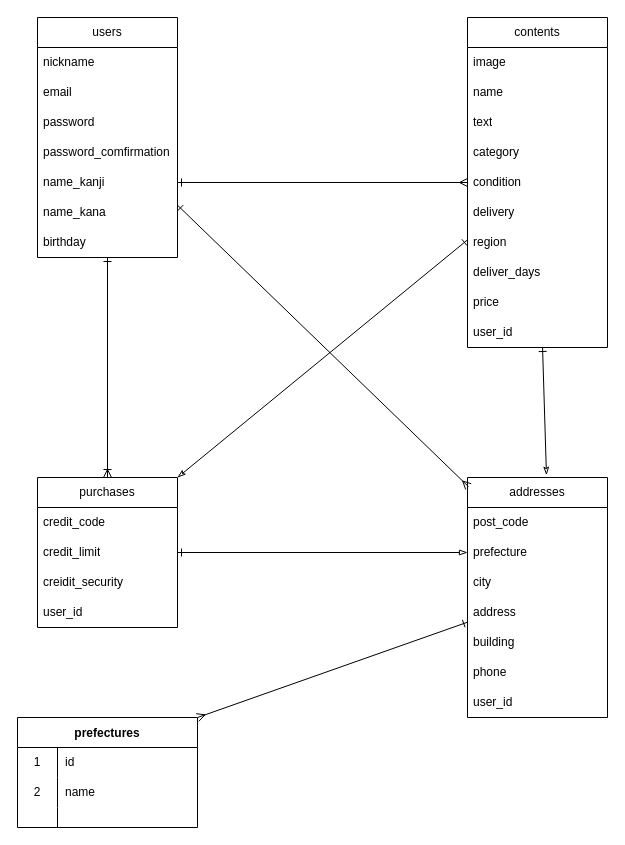
Before: furima.dio in RyumaKatoh/furima-39713, a draw.io diagram. Source tidied: cells renumbered, new cells numbered last; positions are measured from the earlier drawing's top-left corner, leaving out a move shared by most shapes. Both pictures are drawn from the tidied source at 100%, with x=0, y=0 at pixel (17, 17).
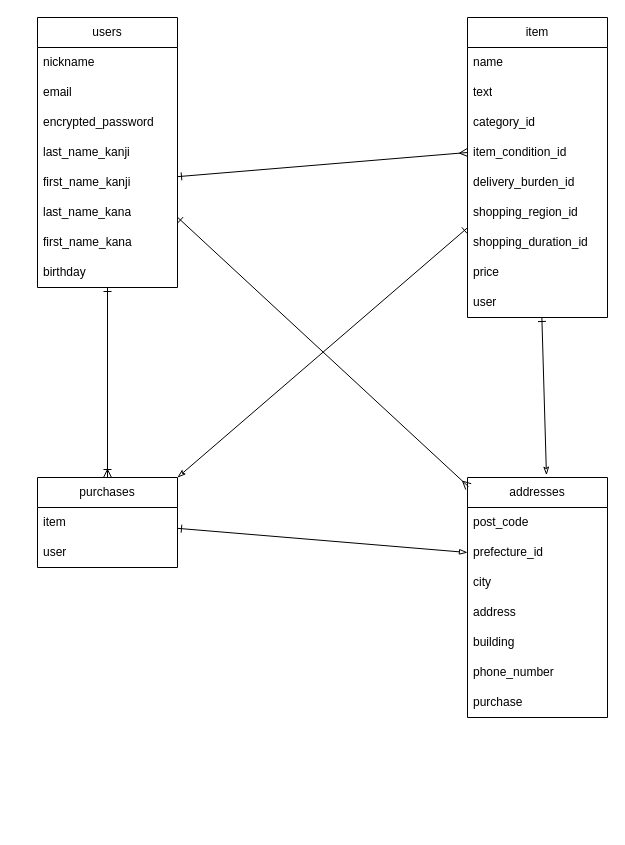
The same diagram, later.

Commit message (it also covers changes not shown here):
データベース設計の修正

The change refers to these unchanged cells:
```xml
<mxCell id="9" value="addresses" style="swimlane;fontStyle=0;horizontal=1;startSize=30;whiteSpace=wrap;html=1;" parent="1" vertex="1">
  <mxGeometry x="450" y="460" width="140" height="240" as="geometry" />
</mxCell>
```

Change to the diagram source:
```diff
@@
     <mxCell id="3" value="purchases" style="swimlane;fontStyle=0;horizontal=1;startSize=30;whiteSpace=wrap;html=1;" parent="1" vertex="1">
-      <mxGeometry x="20" y="460" width="140" height="150" as="geometry" />
+      <mxGeometry x="20" y="460" width="140" height="90" as="geometry" />
     </mxCell>
-    <mxCell id="4" value="credit_code" style="text;strokeColor=none;fillColor=none;align=left;verticalAlign=middle;spacingLeft=4;spacingRight=4;overflow=hidden;whiteSpace=wrap;html=1;" parent="3" vertex="1">
-      <mxGeometry y="30" width="140" height="30" as="geometry" />
-    </mxCell>
-    <mxCell id="5" value="credit_limit" style="text;strokeColor=none;fillColor=none;align=left;verticalAlign=middle;spacingLeft=4;spacingRight=4;overflow=hidden;whiteSpace=wrap;html=1;" parent="3" vertex="1">
-      <mxGeometry y="60" width="140" height="30" as="geometry" />
+    <mxCell id="5" value="item" style="text;strokeColor=none;fillColor=none;align=left;verticalAlign=middle;spacingLeft=4;spacingRight=4;overflow=hidden;whiteSpace=wrap;html=1;" parent="3" vertex="1">
+      <mxGeometry y="30" width="140" height="30" as="geometry" />
     </mxCell>
-    <mxCell id="6" value="creidit_security" style="text;strokeColor=none;fillColor=none;align=left;verticalAlign=middle;spacingLeft=4;spacingRight=4;overflow=hidden;whiteSpace=wrap;html=1;" parent="3" vertex="1">
-      <mxGeometry y="90" width="140" height="30" as="geometry" />
-    </mxCell>
-    <mxCell id="7" value="user_id" style="text;strokeColor=none;fillColor=none;align=left;verticalAlign=middle;spacingLeft=4;spacingRight=4;overflow=hidden;whiteSpace=wrap;html=1;" parent="3" vertex="1">
-      <mxGeometry y="120" width="140" height="30" as="geometry" />
+    <mxCell id="7" value="user" style="text;strokeColor=none;fillColor=none;align=left;verticalAlign=middle;spacingLeft=4;spacingRight=4;overflow=hidden;whiteSpace=wrap;html=1;" parent="3" vertex="1">
+      <mxGeometry y="60" width="140" height="30" as="geometry" />
     </mxCell>
-    <mxCell id="8" style="edgeStyle=none;html=1;entryX=1;entryY=0;entryDx=0;entryDy=0;startArrow=ERone;startFill=0;endArrow=ERmany;endFill=0;" parent="1" edge="1" source="9" target="41">
-      <mxGeometry relative="1" as="geometry" />
-    </mxCell>
@@
-    <mxCell id="11" value="prefecture" style="text;strokeColor=none;fillColor=none;align=left;verticalAlign=middle;spacingLeft=4;spacingRight=4;overflow=hidden;points=[[0,0.5],[1,0.5]];portConstraint=eastwest;whiteSpace=wrap;html=1;" parent="9" vertex="1">
+    <mxCell id="11" value="prefecture_id" style="text;strokeColor=none;fillColor=none;align=left;verticalAlign=middle;spacingLeft=4;spacingRight=4;overflow=hidden;points=[[0,0.5],[1,0.5]];portConstraint=eastwest;whiteSpace=wrap;html=1;" parent="9" vertex="1">
       <mxGeometry y="60" width="140" height="30" as="geometry" />
     </mxCell>
@@
-    <mxCell id="15" value="phone" style="text;strokeColor=none;fillColor=none;align=left;verticalAlign=middle;spacingLeft=4;spacingRight=4;overflow=hidden;whiteSpace=wrap;html=1;" parent="9" vertex="1">
+    <mxCell id="15" value="phone_number" style="text;strokeColor=none;fillColor=none;align=left;verticalAlign=middle;spacingLeft=4;spacingRight=4;overflow=hidden;whiteSpace=wrap;html=1;" parent="9" vertex="1">
       <mxGeometry y="180" width="140" height="30" as="geometry" />
     </mxCell>
-    <mxCell id="16" value="user_id" style="text;strokeColor=none;fillColor=none;align=left;verticalAlign=middle;spacingLeft=4;spacingRight=4;overflow=hidden;whiteSpace=wrap;html=1;" parent="9" vertex="1">
+    <mxCell id="16" value="purchase" style="text;strokeColor=none;fillColor=none;align=left;verticalAlign=middle;spacingLeft=4;spacingRight=4;overflow=hidden;whiteSpace=wrap;html=1;" parent="9" vertex="1">
       <mxGeometry y="210" width="140" height="30" as="geometry" />
     </mxCell>
@@
     <mxCell id="19" value="users" style="swimlane;fontStyle=0;horizontal=1;startSize=30;whiteSpace=wrap;html=1;" parent="1" vertex="1">
-      <mxGeometry x="20" width="140" height="240" as="geometry" />
+      <mxGeometry x="20" width="140" height="270" as="geometry" />
     </mxCell>
@@
-    <mxCell id="22" value="password" style="text;strokeColor=none;fillColor=none;align=left;verticalAlign=middle;spacingLeft=4;spacingRight=4;overflow=hidden;whiteSpace=wrap;html=1;" parent="19" vertex="1">
+    <mxCell id="22" value="encrypted_password" style="text;strokeColor=none;fillColor=none;align=left;verticalAlign=middle;spacingLeft=4;spacingRight=4;overflow=hidden;whiteSpace=wrap;html=1;" parent="19" vertex="1">
       <mxGeometry y="90" width="140" height="30" as="geometry" />
     </mxCell>
-    <mxCell id="23" value="password_comfirmation" style="text;strokeColor=none;fillColor=none;align=left;verticalAlign=middle;spacingLeft=4;spacingRight=4;overflow=hidden;whiteSpace=wrap;html=1;" parent="19" vertex="1">
-      <mxGeometry y="120" width="140" height="30" as="geometry" />
-    </mxCell>
+    <mxCell id="51" value="last_name_kanji" style="text;strokeColor=none;fillColor=none;align=left;verticalAlign=middle;spacingLeft=4;spacingRight=4;overflow=hidden;whiteSpace=wrap;html=1;" parent="19" vertex="1">
+      <mxGeometry y="120" width="140" height="30" as="geometry" />
+    </mxCell>
-    <mxCell id="24" value="name_kanji" style="text;strokeColor=none;fillColor=none;align=left;verticalAlign=middle;spacingLeft=4;spacingRight=4;overflow=hidden;points=[[0,0.5],[1,0.5]];portConstraint=eastwest;whiteSpace=wrap;html=1;" parent="19" vertex="1">
+    <mxCell id="24" value="first_name_kanji" style="text;strokeColor=none;fillColor=none;align=left;verticalAlign=middle;spacingLeft=4;spacingRight=4;overflow=hidden;points=[[0,0.5],[1,0.5]];portConstraint=eastwest;whiteSpace=wrap;html=1;" parent="19" vertex="1">
       <mxGeometry y="150" width="140" height="30" as="geometry" />
     </mxCell>
+    <mxCell id="52" value="last_name_kana" style="text;strokeColor=none;fillColor=none;align=left;verticalAlign=middle;spacingLeft=4;spacingRight=4;overflow=hidden;whiteSpace=wrap;html=1;" parent="19" vertex="1">
+      <mxGeometry y="180" width="140" height="30" as="geometry" />
+    </mxCell>
-    <mxCell id="25" value="name_kana" style="text;strokeColor=none;fillColor=none;align=left;verticalAlign=middle;spacingLeft=4;spacingRight=4;overflow=hidden;whiteSpace=wrap;html=1;" parent="19" vertex="1">
-      <mxGeometry y="180" width="140" height="30" as="geometry" />
+    <mxCell id="25" value="first_name_kana" style="text;strokeColor=none;fillColor=none;align=left;verticalAlign=middle;spacingLeft=4;spacingRight=4;overflow=hidden;whiteSpace=wrap;html=1;" parent="19" vertex="1">
+      <mxGeometry y="210" width="140" height="30" as="geometry" />
     </mxCell>
     <mxCell id="26" value="birthday" style="text;strokeColor=none;fillColor=none;align=left;verticalAlign=middle;spacingLeft=4;spacingRight=4;overflow=hidden;whiteSpace=wrap;html=1;" parent="19" vertex="1">
-      <mxGeometry y="210" width="140" height="30" as="geometry" />
+      <mxGeometry y="240" width="140" height="30" as="geometry" />
     </mxCell>
@@
-    <mxCell id="29" value="contents" style="swimlane;fontStyle=0;horizontal=1;startSize=30;whiteSpace=wrap;html=1;" parent="1" vertex="1">
-      <mxGeometry x="450" width="140" height="330" as="geometry" />
+    <mxCell id="29" value="item" style="swimlane;fontStyle=0;horizontal=1;startSize=30;whiteSpace=wrap;html=1;" parent="1" vertex="1">
+      <mxGeometry x="450" width="140" height="300" as="geometry" />
     </mxCell>
-    <mxCell id="30" value="image" style="text;strokeColor=none;fillColor=none;align=left;verticalAlign=middle;spacingLeft=4;spacingRight=4;overflow=hidden;whiteSpace=wrap;html=1;" parent="29" vertex="1">
-      <mxGeometry y="30" width="140" height="30" as="geometry" />
-    </mxCell>
     <mxCell id="31" value="name" style="text;strokeColor=none;fillColor=none;align=left;verticalAlign=middle;spacingLeft=4;spacingRight=4;overflow=hidden;whiteSpace=wrap;html=1;" parent="29" vertex="1">
-      <mxGeometry y="60" width="140" height="30" as="geometry" />
+      <mxGeometry y="30" width="140" height="30" as="geometry" />
     </mxCell>
     <mxCell id="32" value="text" style="text;strokeColor=none;fillColor=none;align=left;verticalAlign=middle;spacingLeft=4;spacingRight=4;overflow=hidden;whiteSpace=wrap;html=1;" parent="29" vertex="1">
-      <mxGeometry y="90" width="140" height="30" as="geometry" />
+      <mxGeometry y="60" width="140" height="30" as="geometry" />
     </mxCell>
-    <mxCell id="33" value="category" style="text;strokeColor=none;fillColor=none;align=left;verticalAlign=middle;spacingLeft=4;spacingRight=4;overflow=hidden;whiteSpace=wrap;html=1;" parent="29" vertex="1">
-      <mxGeometry y="120" width="140" height="30" as="geometry" />
+    <mxCell id="33" value="category_id" style="text;strokeColor=none;fillColor=none;align=left;verticalAlign=middle;spacingLeft=4;spacingRight=4;overflow=hidden;whiteSpace=wrap;html=1;" parent="29" vertex="1">
+      <mxGeometry y="90" width="140" height="30" as="geometry" />
     </mxCell>
-    <mxCell id="34" value="condition" style="text;strokeColor=none;fillColor=none;align=left;verticalAlign=middle;spacingLeft=4;spacingRight=4;overflow=hidden;points=[[0,0.5],[1,0.5]];portConstraint=eastwest;whiteSpace=wrap;html=1;" parent="29" vertex="1">
-      <mxGeometry y="150" width="140" height="30" as="geometry" />
+    <mxCell id="34" value="item_condition_id" style="text;strokeColor=none;fillColor=none;align=left;verticalAlign=middle;spacingLeft=4;spacingRight=4;overflow=hidden;points=[[0,0.5],[1,0.5]];portConstraint=eastwest;whiteSpace=wrap;html=1;" parent="29" vertex="1">
+      <mxGeometry y="120" width="140" height="30" as="geometry" />
     </mxCell>
-    <mxCell id="35" value="delivery" style="text;strokeColor=none;fillColor=none;align=left;verticalAlign=middle;spacingLeft=4;spacingRight=4;overflow=hidden;whiteSpace=wrap;html=1;" parent="29" vertex="1">
-      <mxGeometry y="180" width="140" height="30" as="geometry" />
+    <mxCell id="35" value="delivery_burden_id" style="text;strokeColor=none;fillColor=none;align=left;verticalAlign=middle;spacingLeft=4;spacingRight=4;overflow=hidden;whiteSpace=wrap;html=1;" parent="29" vertex="1">
+      <mxGeometry y="150" width="140" height="30" as="geometry" />
     </mxCell>
-    <mxCell id="36" value="region" style="text;strokeColor=none;fillColor=none;align=left;verticalAlign=middle;spacingLeft=4;spacingRight=4;overflow=hidden;whiteSpace=wrap;html=1;" parent="29" vertex="1">
-      <mxGeometry y="210" width="140" height="30" as="geometry" />
+    <mxCell id="36" value="shopping_region_id" style="text;strokeColor=none;fillColor=none;align=left;verticalAlign=middle;spacingLeft=4;spacingRight=4;overflow=hidden;whiteSpace=wrap;html=1;" parent="29" vertex="1">
+      <mxGeometry y="180" width="140" height="30" as="geometry" />
     </mxCell>
-    <mxCell id="37" value="deliver_days" style="text;strokeColor=none;fillColor=none;align=left;verticalAlign=middle;spacingLeft=4;spacingRight=4;overflow=hidden;whiteSpace=wrap;html=1;" parent="29" vertex="1">
-      <mxGeometry y="240" width="140" height="30" as="geometry" />
+    <mxCell id="37" value="shopping_duration_id" style="text;strokeColor=none;fillColor=none;align=left;verticalAlign=middle;spacingLeft=4;spacingRight=4;overflow=hidden;whiteSpace=wrap;html=1;" parent="29" vertex="1">
+      <mxGeometry y="210" width="140" height="30" as="geometry" />
     </mxCell>
     <mxCell id="38" value="price" style="text;strokeColor=none;fillColor=none;align=left;verticalAlign=middle;spacingLeft=4;spacingRight=4;overflow=hidden;whiteSpace=wrap;html=1;" parent="29" vertex="1">
-      <mxGeometry y="270" width="140" height="30" as="geometry" />
+      <mxGeometry y="240" width="140" height="30" as="geometry" />
     </mxCell>
-    <mxCell id="39" value="user_id" style="text;strokeColor=none;fillColor=none;align=left;verticalAlign=middle;spacingLeft=4;spacingRight=4;overflow=hidden;whiteSpace=wrap;html=1;" parent="29" vertex="1">
-      <mxGeometry y="300" width="140" height="30" as="geometry" />
+    <mxCell id="39" value="user" style="text;strokeColor=none;fillColor=none;align=left;verticalAlign=middle;spacingLeft=4;spacingRight=4;overflow=hidden;whiteSpace=wrap;html=1;" parent="29" vertex="1">
+      <mxGeometry y="270" width="140" height="30" as="geometry" />
     </mxCell>
@@
-    <mxCell id="41" value="prefectures" style="shape=table;startSize=30;childLayout=tableLayout;rowLines=0;fontStyle=1;" parent="1" vertex="1">
-      <mxGeometry y="700" width="180" height="110" as="geometry" />
-    </mxCell>
-    <mxCell id="42" style="shape=tableRow;horizontal=0;startSize=0;swimlaneHead=0;swimlaneBody=0;top=0;left=0;bottom=0;right=0;fillColor=none;" parent="41" vertex="1">
-      <mxGeometry y="30" width="180" height="30" as="geometry" />
-    </mxCell>
-    <mxCell id="43" value="1" style="shape=partialRectangle;html=1;whiteSpace=wrap;fillColor=none;top=0;left=0;bottom=0;right=0;overflow=hidden;" parent="42" vertex="1">
-      <mxGeometry width="40" height="30" as="geometry" />
-    </mxCell>
-    <mxCell id="44" value="id" style="shape=partialRectangle;html=1;whiteSpace=wrap;fillColor=none;top=0;left=0;bottom=0;right=0;align=left;spacingLeft=6;overflow=hidden;" parent="42" vertex="1">
-      <mxGeometry x="40" width="140" height="30" as="geometry" />
-    </mxCell>
-    <mxCell id="45" style="shape=tableRow;horizontal=0;startSize=0;swimlaneHead=0;swimlaneBody=0;top=0;left=0;bottom=0;right=0;fillColor=none;" parent="41" vertex="1">
-      <mxGeometry y="60" width="180" height="30" as="geometry" />
-    </mxCell>
-    <mxCell id="46" value="2" style="shape=partialRectangle;html=1;whiteSpace=wrap;fillColor=none;top=0;left=0;bottom=0;right=0;overflow=hidden;" parent="45" vertex="1">
-      <mxGeometry width="40" height="30" as="geometry" />
-    </mxCell>
-    <mxCell id="47" value="name" style="shape=partialRectangle;html=1;whiteSpace=wrap;fillColor=none;top=0;left=0;bottom=0;right=0;align=left;spacingLeft=6;overflow=hidden;" parent="45" vertex="1">
-      <mxGeometry x="40" width="140" height="30" as="geometry" />
-    </mxCell>
-    <mxCell id="48" style="shape=tableRow;horizontal=0;startSize=0;swimlaneHead=0;swimlaneBody=0;top=0;left=0;bottom=0;right=0;fillColor=none;" parent="41" vertex="1">
-      <mxGeometry y="90" width="180" height="20" as="geometry" />
-    </mxCell>
-    <mxCell id="49" style="shape=partialRectangle;html=1;whiteSpace=wrap;fillColor=none;top=0;left=0;bottom=0;right=0;overflow=hidden;" parent="48" vertex="1">
-      <mxGeometry width="40" height="20" as="geometry" />
-    </mxCell>
-    <mxCell id="50" style="shape=partialRectangle;html=1;whiteSpace=wrap;fillColor=none;top=0;left=0;bottom=0;right=0;align=left;spacingLeft=6;overflow=hidden;" parent="48" vertex="1">
-      <mxGeometry x="40" width="140" height="20" as="geometry" />
-    </mxCell>
```
